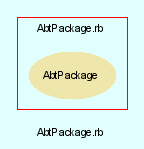
eschabell/abtlinux keeps this Graphviz diagram as src/trunk/doc/dot/f_3.png. Above is the earlier version. Its source is kept beside it as src/trunk/doc/dot/f_3.dot. Its diagram source:
```dot
digraph TopLevel {
    compound = true
    bgcolor = lightcyan1
    fontname = Arial
    fontsize = 8
    label = "AbtPackage.rb"
    node [
        fontname = Arial,
        fontsize = 8,
        color = black
    ]

    subgraph cluster_4 {
        fontname = Arial
        color = red
        label = "AbtPackage.rb"
        AbtPackage [
            fontcolor = black,
            URL = "classes/AbtPackage.html",
            shape = ellipse,
            color = palegoldenrod,
            style = filled,
            label = "AbtPackage"
        ]

    }

}
```
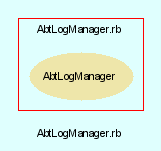
Above is the later version.

What changed in the source:
```diff
@@ -3,24 +3,24 @@
     bgcolor = lightcyan1
     fontname = Arial
     fontsize = 8
-    label = "AbtPackage.rb"
+    label = "AbtLogManager.rb"
     node [
         fontname = Arial,
         fontsize = 8,
         color = black
     ]
 
-    subgraph cluster_4 {
+    subgraph cluster_3 {
         fontname = Arial
         color = red
-        label = "AbtPackage.rb"
-        AbtPackage [
+        label = "AbtLogManager.rb"
+        AbtLogManager [
             fontcolor = black,
-            URL = "classes/AbtPackage.html",
+            URL = "classes/AbtLogManager.html",
             shape = ellipse,
             color = palegoldenrod,
             style = filled,
-            label = "AbtPackage"
+            label = "AbtLogManager"
         ]
 
     }
```
